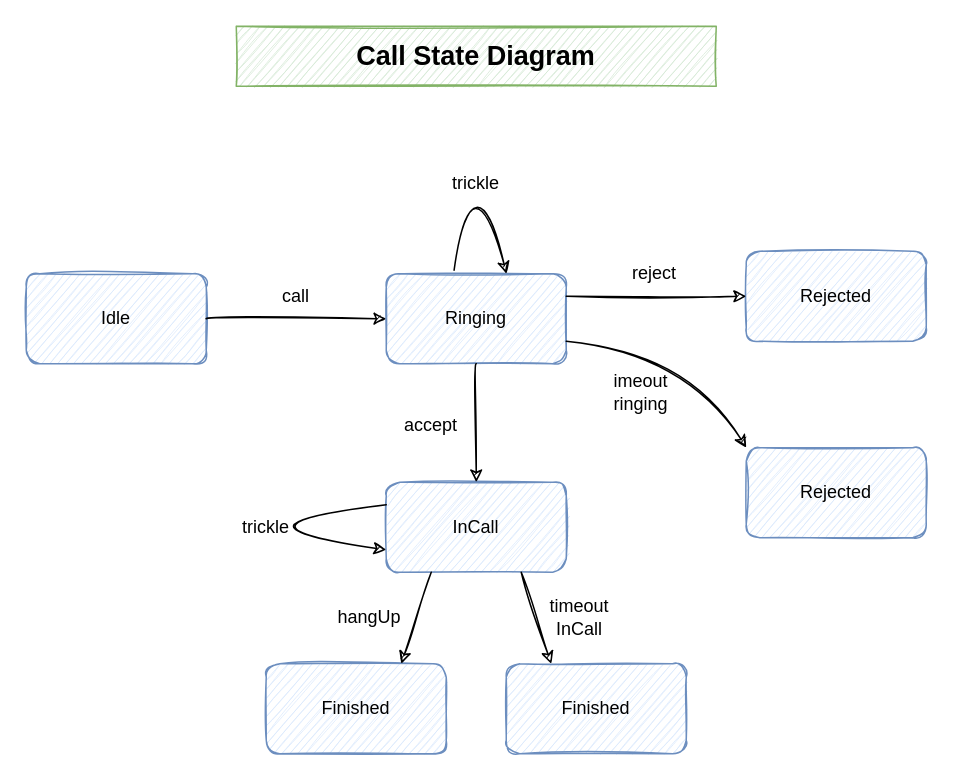
The draw.io diagram software-design/call-fsm.drawio in mohammadne/AUT, before the edit. Source tidied: cells renumbered, new cells numbered last; positions are measured from the earlier drawing's top-left corner, leaving out a move shared by most shapes. Both pictures are drawn from the tidied source at 150%, with x=0, y=0 at pixel (26, 26).
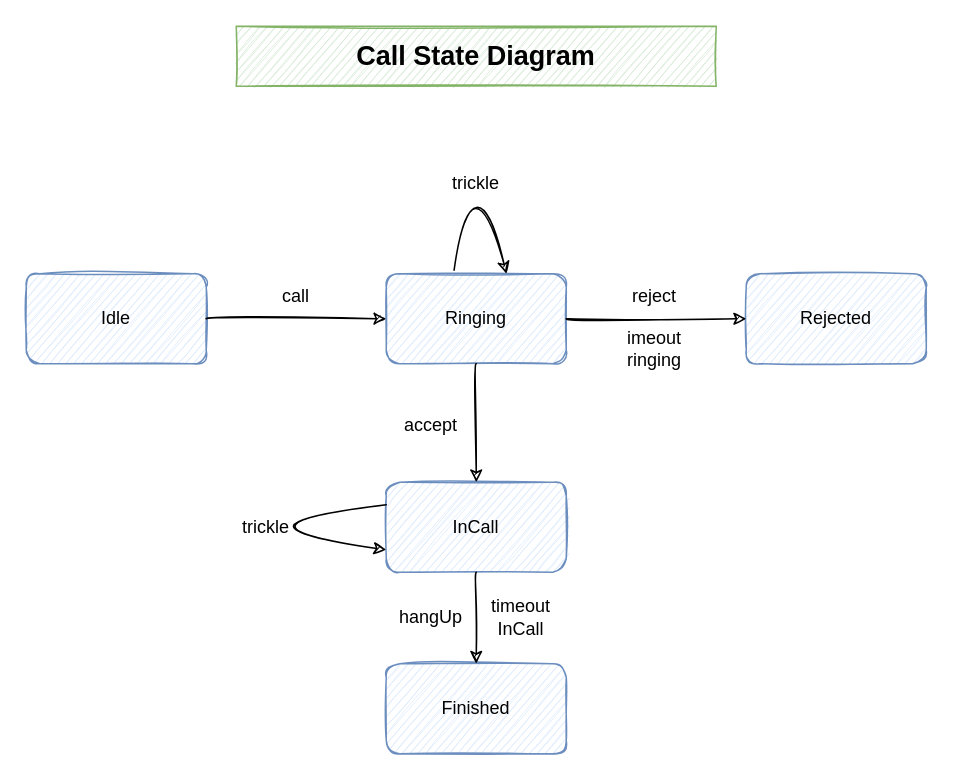
After the change.

The change refers to these unchanged cells:
```xml
<mxCell id="4" value="Ringing" style="rounded=1;whiteSpace=wrap;html=1;sketch=1;fontSize=12;strokeColor=#6c8ebf;fillColor=#dae8fc;" parent="1" vertex="1">
  <mxGeometry x="240" y="165" width="120" height="60" as="geometry" />
</mxCell>
<mxCell id="13" value="InCall" style="rounded=1;whiteSpace=wrap;html=1;sketch=1;fontSize=12;strokeColor=#6c8ebf;fillColor=#dae8fc;" parent="1" vertex="1">
  <mxGeometry x="240" y="304" width="120" height="60" as="geometry" />
</mxCell>
```

The edit, as a diff of the source:
```diff
@@
     <mxCell id="7" value="Rejected" style="rounded=1;whiteSpace=wrap;html=1;sketch=1;fontSize=12;strokeColor=#6c8ebf;fillColor=#dae8fc;" parent="1" vertex="1">
-      <mxGeometry x="480" y="150" width="120" height="60" as="geometry" />
+      <mxGeometry x="480" y="165" width="120" height="60" as="geometry" />
     </mxCell>
-    <mxCell id="8" value="Rejected" style="rounded=1;whiteSpace=wrap;html=1;sketch=1;fontSize=12;strokeColor=#6c8ebf;fillColor=#dae8fc;" parent="1" vertex="1">
-      <mxGeometry x="480" y="281" width="120" height="60" as="geometry" />
-    </mxCell>
-    <mxCell id="9" style="curved=1;endArrow=classic;html=1;rounded=1;sketch=1;fontSize=12;exitX=1;exitY=0.25;exitDx=0;exitDy=0;entryX=0;entryY=0.5;entryDx=0;entryDy=0;" parent="1" edge="1" source="4" target="7">
-      <mxGeometry relative="1" as="geometry">
-        <Array as="points">
-          <mxPoint x="440" y="180" />
-        </Array>
-      </mxGeometry>
+    <mxCell id="9" style="curved=1;endArrow=classic;html=1;rounded=1;sketch=1;fontSize=12;exitX=1;exitY=0.5;exitDx=0;exitDy=0;entryX=0;entryY=0.5;entryDx=0;entryDy=0;" parent="1" edge="1" source="4" target="7">
+      <mxGeometry relative="1" as="geometry" />
     </mxCell>
-    <mxCell id="10" style="curved=1;endArrow=classic;html=1;rounded=1;sketch=1;fontSize=12;exitX=1;exitY=0.75;exitDx=0;exitDy=0;entryX=0;entryY=0;entryDx=0;entryDy=0;" parent="1" edge="1" source="4" target="8">
-      <mxGeometry relative="1" as="geometry">
-        <Array as="points">
-          <mxPoint x="440" y="215" />
-        </Array>
-      </mxGeometry>
-    </mxCell>
     <mxCell id="11" value="imeout&lt;br&gt;ringing" style="text;html=1;strokeColor=none;fillColor=none;align=center;verticalAlign=middle;whiteSpace=wrap;rounded=0;sketch=1;fontSize=12;rotation=0;" parent="1" vertex="1">
-      <mxGeometry x="380" y="229" width="60" height="30" as="geometry" />
+      <mxGeometry x="389" y="200" width="60" height="30" as="geometry" />
     </mxCell>
     <mxCell id="12" value="reject" style="text;html=1;strokeColor=none;fillColor=none;align=center;verticalAlign=middle;whiteSpace=wrap;rounded=0;sketch=1;fontSize=12;rotation=0;" parent="1" vertex="1">
-      <mxGeometry x="389" y="150" width="60" height="30" as="geometry" />
+      <mxGeometry x="389" y="165" width="60" height="30" as="geometry" />
     </mxCell>
@@
     <mxCell id="18" value="Finished" style="rounded=1;whiteSpace=wrap;html=1;sketch=1;fontSize=12;strokeColor=#6c8ebf;fillColor=#dae8fc;" parent="1" vertex="1">
-      <mxGeometry x="160" y="425" width="120" height="60" as="geometry" />
+      <mxGeometry x="240" y="425" width="120" height="60" as="geometry" />
     </mxCell>
-    <mxCell id="19" value="Finished" style="rounded=1;whiteSpace=wrap;html=1;sketch=1;fontSize=12;strokeColor=#6c8ebf;fillColor=#dae8fc;" parent="1" vertex="1">
-      <mxGeometry x="320" y="425" width="120" height="60" as="geometry" />
-    </mxCell>
-    <mxCell id="20" style="curved=1;endArrow=classic;html=1;rounded=1;sketch=1;fontSize=12;exitX=0.25;exitY=1;exitDx=0;exitDy=0;entryX=0.75;entryY=0;entryDx=0;entryDy=0;" parent="1" edge="1" source="13" target="18">
-      <mxGeometry relative="1" as="geometry">
-        <Array as="points">
-          <mxPoint x="260" y="395" />
-        </Array>
-      </mxGeometry>
+    <mxCell id="20" style="curved=1;endArrow=classic;html=1;rounded=1;sketch=1;fontSize=12;exitX=0.5;exitY=1;exitDx=0;exitDy=0;entryX=0.5;entryY=0;entryDx=0;entryDy=0;" parent="1" edge="1" source="13" target="18">
+      <mxGeometry relative="1" as="geometry" />
     </mxCell>
-    <mxCell id="21" style="curved=1;endArrow=classic;html=1;rounded=1;sketch=1;fontSize=12;exitX=0.75;exitY=1;exitDx=0;exitDy=0;entryX=0.25;entryY=0;entryDx=0;entryDy=0;" parent="1" edge="1" source="13" target="19">
-      <mxGeometry relative="1" as="geometry">
-        <Array as="points">
-          <mxPoint x="340" y="395" />
-        </Array>
-      </mxGeometry>
-    </mxCell>
     <mxCell id="22" value="hangUp" style="text;html=1;strokeColor=none;fillColor=none;align=center;verticalAlign=middle;whiteSpace=wrap;rounded=0;sketch=1;fontSize=12;" parent="1" vertex="1">
-      <mxGeometry x="199" y="379" width="60" height="30" as="geometry" />
+      <mxGeometry x="240" y="379" width="60" height="30" as="geometry" />
     </mxCell>
     <mxCell id="23" value="timeout&lt;br&gt;InCall" style="text;html=1;strokeColor=none;fillColor=none;align=center;verticalAlign=middle;whiteSpace=wrap;rounded=0;sketch=1;fontSize=12;" parent="1" vertex="1">
-      <mxGeometry x="339" y="379" width="60" height="30" as="geometry" />
+      <mxGeometry x="300" y="379" width="60" height="30" as="geometry" />
     </mxCell>
```
